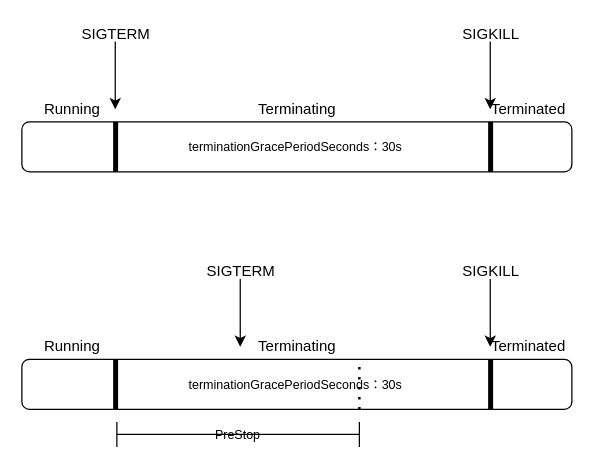
The draw.io diagram pod_graceful_shutdown.drawio in yubowen0525/ImageStorage, before the edit. Source tidied: cells renumbered, new cells numbered last; positions are measured from the earlier drawing's top-left corner, leaving out a move shared by most shapes. Both pictures are drawn from the tidied source at 125%, with x=0, y=0 at pixel (21, 21).
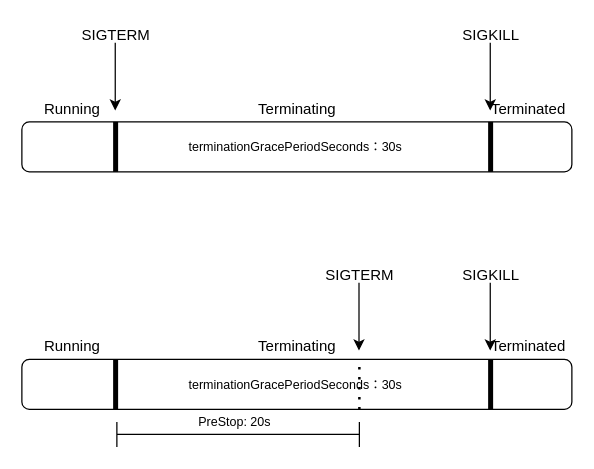
Above is the later version.

Change to the diagram source:
```diff
@@
     <mxCell id="8" style="group;" parent="1" vertex="1">
-      <mxGeometry x="40" width="70" height="70" as="geometry" />
+      <mxGeometry x="40" y="1" width="70" height="70" as="geometry" />
     </mxCell>
@@
     <mxCell id="11" style="group;" parent="1" vertex="1">
-      <mxGeometry x="340" width="70" height="70" as="geometry" />
+      <mxGeometry x="340" y="1" width="70" height="70" as="geometry" />
     </mxCell>
@@
     <mxCell id="21" style="group;" parent="1" vertex="1">
-      <mxGeometry x="140" y="190" width="70" height="70" as="geometry" />
+      <mxGeometry x="235" y="193" width="70" height="70" as="geometry" />
     </mxCell>
@@
     <mxCell id="24" style="group;" parent="1" vertex="1">
-      <mxGeometry x="340" y="190" width="70" height="70" as="geometry" />
+      <mxGeometry x="340" y="193" width="70" height="70" as="geometry" />
     </mxCell>
@@
-    <mxCell id="29" value="PreStop" style="shape=crossbar;whiteSpace=wrap;html=1;rounded=1;fontSize=10;" parent="1" vertex="1">
+    <mxCell id="29" style="shape=crossbar;whiteSpace=wrap;html=1;rounded=1;fontSize=10;" parent="1" vertex="1">
       <mxGeometry x="76" y="320" width="194" height="20" as="geometry" />
     </mxCell>
+    <mxCell id="30" value="PreStop: 20s" style="text;html=1;align=center;verticalAlign=middle;strokeColor=none;fillColor=none;fontSize=10;" parent="1" vertex="1">
+      <mxGeometry x="125" y="310" width="90" height="20" as="geometry" />
+    </mxCell>
```
